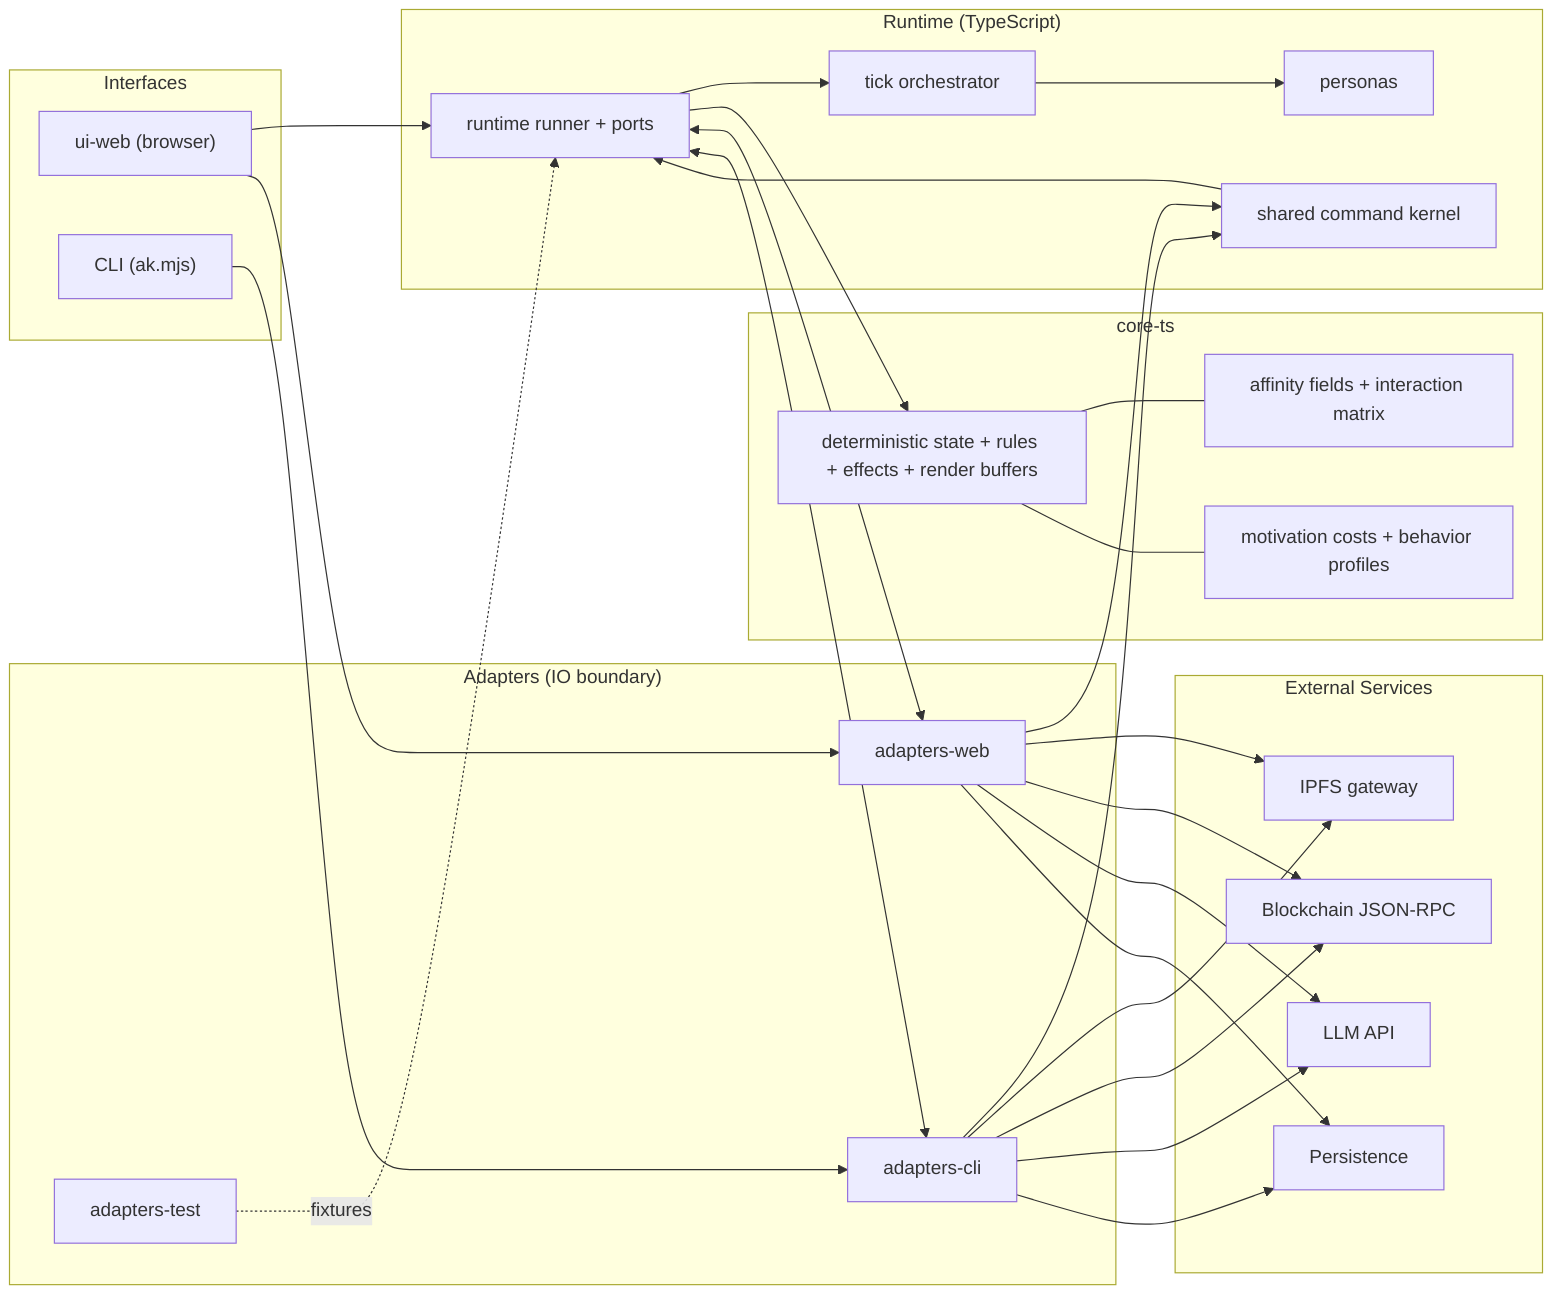
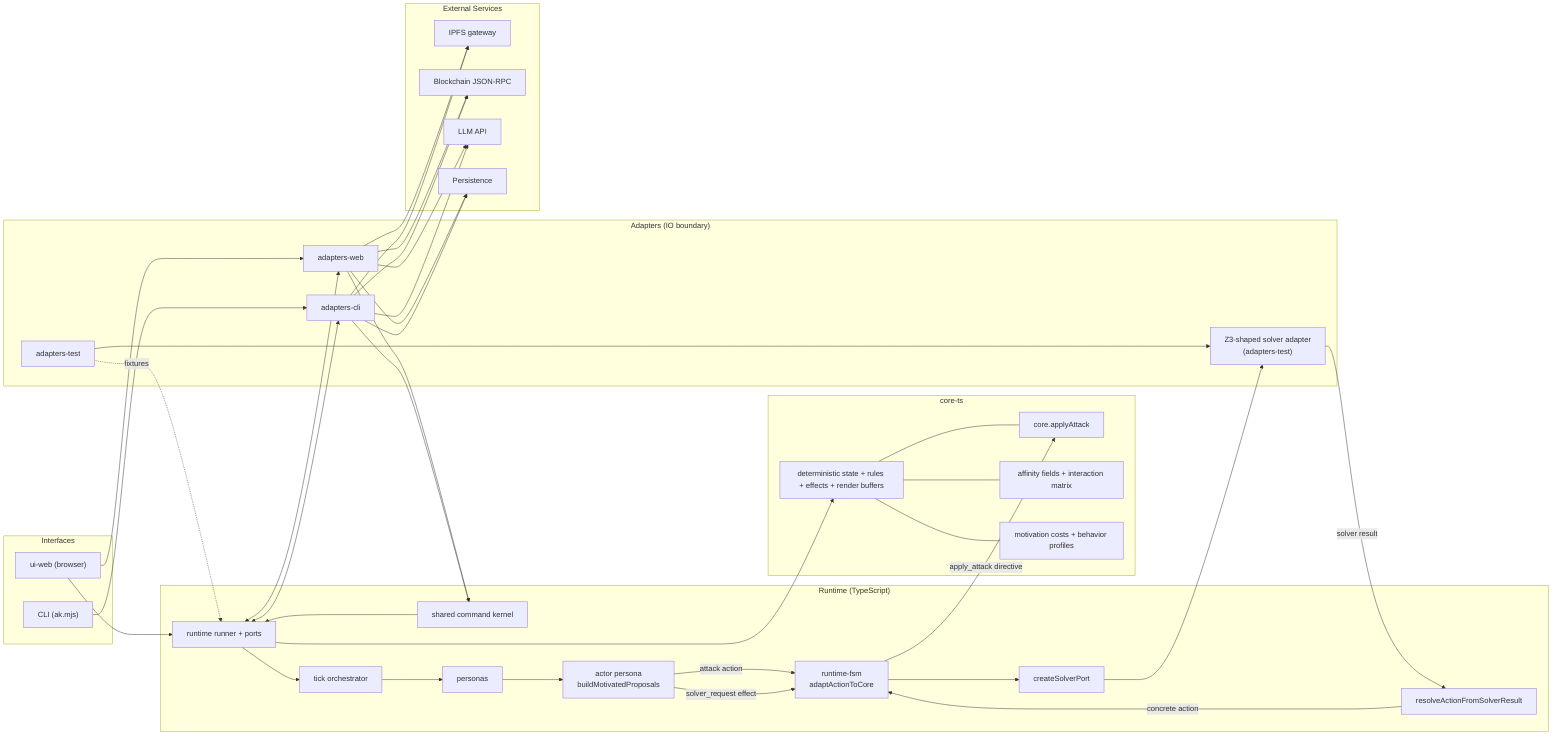
%% Architecture overview (Ports & Adapters)
flowchart LR
  subgraph Interfaces["Interfaces"]
    UIWeb["ui-web (browser)"]
    CLI["CLI (ak.mjs)"]
  end

  subgraph Runtime["Runtime (TypeScript)"]
    CommandKernel["shared command kernel"]
    RuntimePorts["runtime runner + ports"]
    TickOrch["tick orchestrator"]
    Personas["personas"]
+     ActorPersona["actor persona\nbuildMotivatedProposals"]
+     RuntimeFSM["runtime-fsm\nadaptActionToCore"]
+     SolverPort["createSolverPort"]
+     SolverResolver["resolveActionFromSolverResult"]
  end

  subgraph Core["core-ts"]
    CoreEngine["deterministic state + rules + effects + render buffers"]
+     CombatCore["core.applyAttack"]
    AffinityCore["affinity fields + interaction matrix"]
    MotivationCore["motivation costs + behavior profiles"]
    CoreEngine --- AffinityCore
    CoreEngine --- MotivationCore
+     CoreEngine --- CombatCore
  end

  subgraph Adapters["Adapters (IO boundary)"]
    AWeb["adapters-web"]
    ACli["adapters-cli"]
    ATest["adapters-test"]
+     Z3Adapter["Z3-shaped solver adapter\n(adapters-test)"]
  end

  subgraph External["External Services"]
    IPFS["IPFS gateway"]
    Chain["Blockchain JSON-RPC"]
    LLM["LLM API"]
    Storage["Persistence"]
  end

  UIWeb --> RuntimePorts
  UIWeb --> AWeb
  CLI --> ACli
  AWeb --> CommandKernel
  ACli --> CommandKernel
  CommandKernel --> RuntimePorts
  RuntimePorts --> TickOrch
  TickOrch --> Personas
  RuntimePorts --> CoreEngine
+   Personas --> ActorPersona
+   ActorPersona -- "attack action" --> RuntimeFSM
+   RuntimeFSM -- "apply_attack directive" --> CombatCore
+   ActorPersona -- "solver_request effect" --> RuntimeFSM
+   RuntimeFSM --> SolverPort
+   SolverPort --> Z3Adapter
+   Z3Adapter -- "solver result" --> SolverResolver
+   SolverResolver -- "concrete action" --> RuntimeFSM

  RuntimePorts <--> AWeb
  RuntimePorts <--> ACli
  ATest -.fixtures.-> RuntimePorts
+   ATest --> Z3Adapter

  AWeb --> IPFS
  AWeb --> Chain
  AWeb --> LLM
  AWeb --> Storage
  ACli --> IPFS
  ACli --> Chain
  ACli --> LLM
  ACli --> Storage
